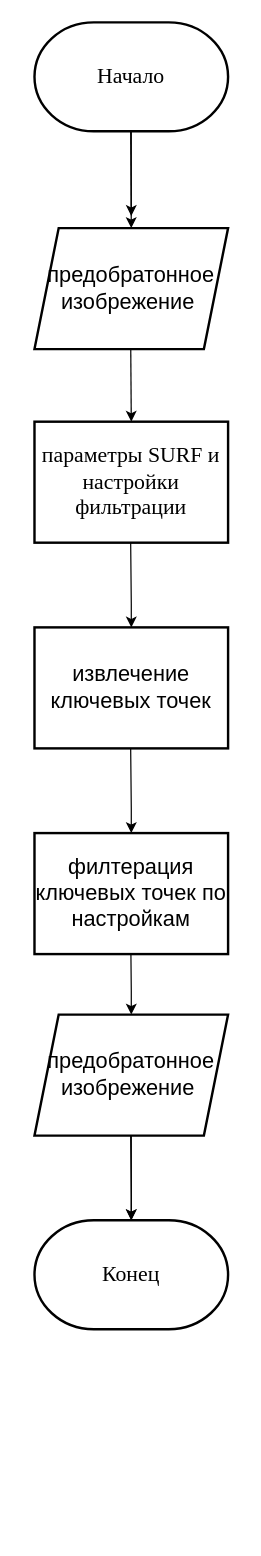
Earlier version of the draw.io diagram Untitled Diagram.drawio (Ali1996408/-1). Source tidied: cells renumbered, new cells numbered last; positions are measured from the earlier drawing's top-left corner, leaving out a move shared by most shapes. Both pictures are drawn from the tidied source at 121%, with x=0, y=0 at pixel (34, 22).
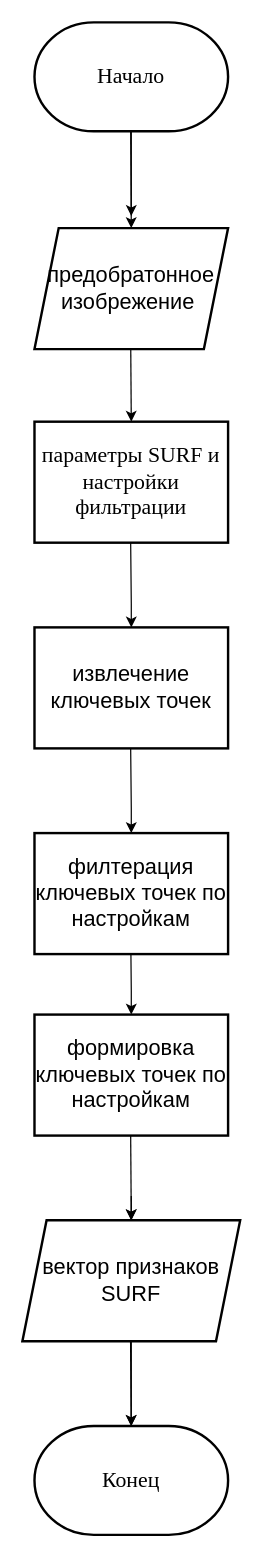
After the change.

Change to the diagram source:
```diff
@@
     <mxCell id="11" value="&lt;font style=&quot;color: light-dark(rgb(0, 0, 0), rgb(3, 3, 3));&quot; face=&quot;Times New Roman&quot;&gt;Конец&lt;/font&gt;" style="strokeWidth=2;html=1;shape=mxgraph.flowchart.terminator;whiteSpace=wrap;fillColor=light-dark(#FFFFFF,#FFFFFF);strokeColor=light-dark(#000000,#000000);fontSize=18;" parent="1" vertex="1">
-      <mxGeometry y="990" width="160" height="90" as="geometry" />
+      <mxGeometry y="1160" width="160" height="90" as="geometry" />
     </mxCell>
@@
-    <mxCell id="14" value="&lt;div style=&quot;font-size: 18px;&quot;&gt;&lt;font style=&quot;color: light-dark(rgb(0, 0, 0), rgb(0, 0, 0));&quot;&gt;предобратонное изобрежение&amp;nbsp;&lt;/font&gt;&lt;/div&gt;" style="shape=parallelogram;perimeter=parallelogramPerimeter;whiteSpace=wrap;html=1;fixedSize=1;fillColor=light-dark(#FFFFFF,#FCFCFC);strokeColor=light-dark(#000000,#010101);strokeWidth=2;" parent="1" vertex="1">
-      <mxGeometry y="820" width="160" height="100" as="geometry" />
-    </mxCell>
@@
-    <mxCell id="17" style="endArrow=classic;html=1;rounded=0;strokeColor=light-dark(#000000,#000000);entryX=0.5;entryY=0;entryDx=0;entryDy=0;fontSize=18;" parent="1" edge="1">
+    <mxCell id="17" style="endArrow=classic;html=1;rounded=0;strokeColor=light-dark(#000000,#000000);entryX=0.5;entryY=0;entryDx=0;entryDy=0;fontSize=18;" parent="1" edge="1" source="14">
       <mxGeometry relative="1" as="geometry">
-        <mxPoint x="79.5" y="920" as="sourcePoint" />
         <mxPoint x="80" y="990" as="targetPoint" />
         <Array as="points">
           <mxPoint x="80" y="970" />
         </Array>
       </mxGeometry>
     </mxCell>
+    <mxCell id="18" value="&lt;font style=&quot;color: light-dark(rgb(0, 0, 0), rgb(0, 0, 0));&quot;&gt;формировка ключевых точек по настройкам&lt;/font&gt;" style="rounded=0;whiteSpace=wrap;html=1;fillColor=light-dark(#FFFFFF,#FBFBFB);strokeColor=light-dark(#000000,#060606);strokeWidth=2;fontSize=18;" parent="1" vertex="1">
+      <mxGeometry y="820" width="160" height="100" as="geometry" />
+    </mxCell>
+    <mxCell id="19" style="endArrow=classic;html=1;rounded=0;strokeColor=light-dark(#000000,#000000);entryX=0.5;entryY=0;entryDx=0;entryDy=0;fontSize=18;" parent="1" edge="1" target="14">
+      <mxGeometry relative="1" as="geometry">
+        <mxPoint x="79.5" y="920" as="sourcePoint" />
+      </mxGeometry>
+    </mxCell>
+    <mxCell id="14" value="&lt;div style=&quot;font-size: 18px;&quot;&gt;&lt;font style=&quot;color: light-dark(rgb(0, 0, 0), rgb(0, 0, 0));&quot;&gt;вектор признаков SURF&lt;/font&gt;&lt;/div&gt;" style="shape=parallelogram;perimeter=parallelogramPerimeter;whiteSpace=wrap;html=1;fixedSize=1;fillColor=light-dark(#FFFFFF,#FCFCFC);strokeColor=light-dark(#000000,#010101);strokeWidth=2;" parent="1" vertex="1">
+      <mxGeometry x="-10" y="990" width="180" height="100" as="geometry" />
+    </mxCell>
+    <mxCell id="20" style="endArrow=classic;html=1;rounded=0;strokeColor=light-dark(#000000,#000000);entryX=0.5;entryY=0;entryDx=0;entryDy=0;fontSize=18;" parent="1" edge="1">
+      <mxGeometry relative="1" as="geometry">
+        <mxPoint x="79.4" y="1090" as="sourcePoint" />
+        <mxPoint x="79.9" y="1160" as="targetPoint" />
+      </mxGeometry>
+    </mxCell>
```
